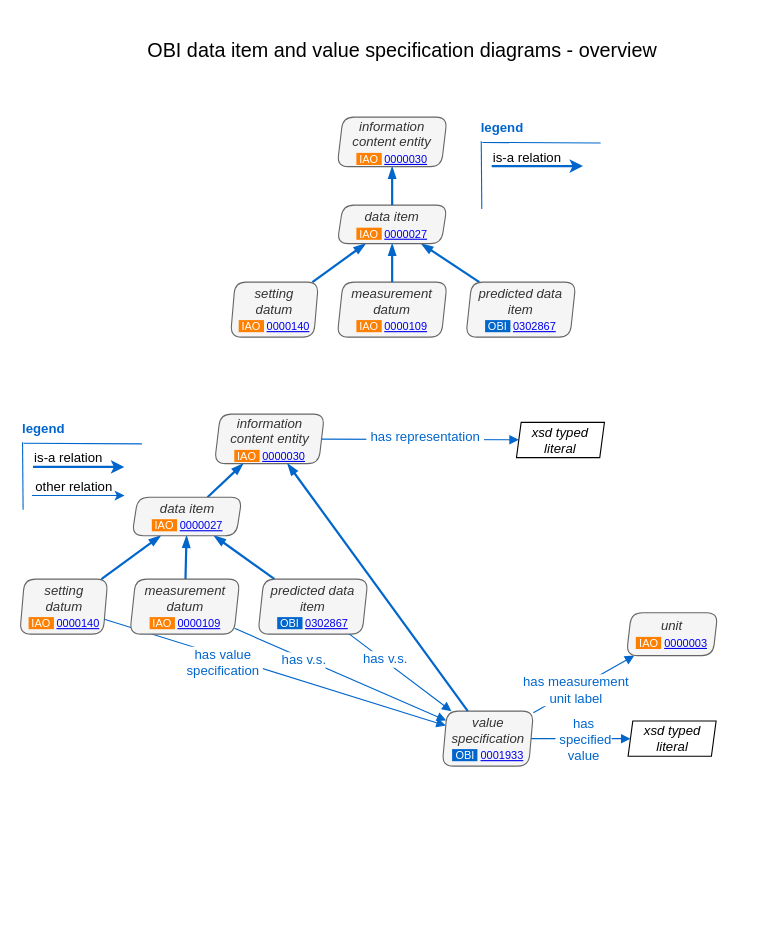
Above: assets/images/docs/data-ice/data_ice_branch.drawio in obi-ontology/obi-ontology.org (draw.io), before the change. Source tidied: cells renumbered, new cells numbered last; positions are measured from the earlier drawing's top-left corner, leaving out a move shared by most shapes. Both pictures are drawn from the tidied source at 110%, with x=0, y=0 at pixel (19, 29).
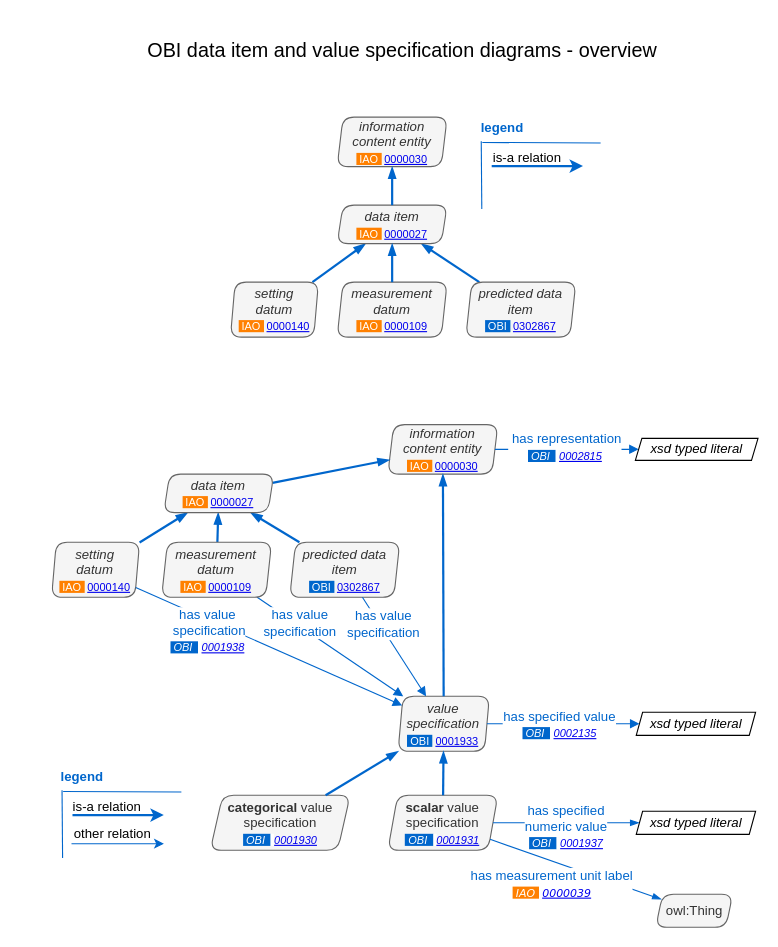
Above is the later version.

Commit message (it also covers changes not shown here):
correction to ICE diagram

has measurement unit label should only be attached to scalar value spec.

The change refers to these unchanged cells:
```xml
<mxCell id="5" style="rounded=0;html=1;labelBackgroundColor=#ffffff;startArrow=none;startFill=0;endArrow=block;endFill=1;jettySize=auto;strokeColor=#0066CC;strokeWidth=1;fontSize=12;fontColor=#000000;" parent="1" edge="1" source="45" target="10">
  <mxGeometry relative="1" as="geometry" />
</mxCell>
<mxCell id="13" style="rounded=0;html=1;labelBackgroundColor=#ffffff;startArrow=none;startFill=0;endArrow=block;endFill=1;jettySize=auto;strokeColor=#0066CC;strokeWidth=1;fontSize=12;fontColor=#000000;" parent="1" edge="1" source="10" target="12">
  <mxGeometry relative="1" as="geometry" />
</mxCell>
<mxCell id="25" style="rounded=0;html=1;labelBackgroundColor=#ffffff;startArrow=none;startFill=0;endArrow=block;endFill=1;jettySize=auto;strokeColor=#0066CC;strokeWidth=1;fontSize=12;fontColor=#000000;jumpStyle=arc;" parent="1" edge="1" source="23" target="10">
  <mxGeometry relative="1" as="geometry" />
</mxCell>
<mxCell id="27" style="rounded=0;html=1;labelBackgroundColor=#ffffff;startArrow=none;startFill=0;endArrow=block;endFill=1;jettySize=auto;strokeColor=#0066CC;strokeWidth=1;fontSize=12;fontColor=#000000;jumpStyle=arc;" parent="1" edge="1" source="24" target="10">
  <mxGeometry relative="1" as="geometry" />
</mxCell>
<mxCell id="46" style="rounded=0;html=1;labelBackgroundColor=#ffffff;startArrow=none;startFill=0;endArrow=block;endFill=1;jettySize=auto;strokeColor=#0066CC;strokeWidth=1;fontSize=12;fontColor=#000000;jumpStyle=arc;" parent="1" edge="1" source="7" target="48">
  <mxGeometry relative="1" as="geometry" />
</mxCell>
```

What changed in the source:
```diff
@@
-    <mxCell id="6" value="&lt;font color=&quot;#0066cc&quot;&gt;&amp;nbsp;has v.s.&lt;/font&gt;&lt;br&gt;" style="text;html=1;align=center;verticalAlign=middle;labelBackgroundColor=#ffffff;" parent="5" vertex="1">
+    <mxCell id="6" value="&lt;span style=&quot;color: rgb(0 , 102 , 204)&quot;&gt;&amp;nbsp;has value&amp;nbsp;&lt;/span&gt;&lt;br style=&quot;color: rgb(0 , 102 , 204)&quot;&gt;&lt;span style=&quot;color: rgb(0 , 102 , 204)&quot;&gt;&amp;nbsp;specification&amp;nbsp;&lt;/span&gt;" style="text;html=1;align=center;verticalAlign=middle;labelBackgroundColor=#ffffff;" parent="5" vertex="1">
       <mxGeometry x="-0.26" y="2" relative="1" as="geometry">
-        <mxPoint x="-12" y="-0.5" as="offset" />
+        <mxPoint x="-12" y="-8.9" as="offset" />
       </mxGeometry>
     </mxCell>
     <mxCell id="7" value="&lt;i&gt;&lt;font style=&quot;font-size: 12px&quot;&gt;information content entity&lt;/font&gt;&lt;br&gt;&lt;/i&gt;&lt;span style=&quot;font-size: 10px ; background-color: rgb(255 , 128 , 0)&quot;&gt;&lt;font color=&quot;#ffffff&quot;&gt;&amp;nbsp;IAO&amp;nbsp;&lt;/font&gt;&lt;/span&gt;&lt;i style=&quot;font-size: 10px&quot;&gt;&amp;nbsp;&lt;/i&gt;&lt;font style=&quot;font-size: 10px&quot;&gt;&lt;a href=&quot;http://purl.obolibrary.org/obo/IAO_0000030&quot;&gt;0000030&lt;/a&gt;&lt;/font&gt;&lt;font size=&quot;1&quot;&gt;&lt;i&gt;&lt;br&gt;&lt;/i&gt;&lt;/font&gt;" style="shape=parallelogram;perimeter=parallelogramPerimeter;whiteSpace=wrap;html=1;strokeColor=#666666;fontSize=12;align=center;size=0.05333333333333334;fillColor=#f5f5f5;rounded=1;comic=0;shadow=0;spacing=0;line-height:.8rem;fontColor=#333333;" parent="1" vertex="1">
-      <mxGeometry x="177.5" y="350" width="100" height="45" as="geometry" />
+      <mxGeometry x="335.1" y="359.5" width="100" height="45" as="geometry" />
     </mxCell>
@@
     <mxCell id="10" value="&lt;font&gt;&lt;i&gt;value &lt;br&gt;specification&lt;br&gt;&lt;/i&gt;&lt;span style=&quot;font-size: 10px&quot;&gt;&lt;font color=&quot;#ffffff&quot; style=&quot;background-color: rgb(0 , 102 , 204)&quot;&gt;&amp;nbsp;OBI&amp;nbsp;&lt;/font&gt;&lt;font color=&quot;#ffffff&quot;&gt;&amp;nbsp;&lt;/font&gt;&lt;a href=&quot;http://purl.obolibrary.org/obo/OBI_0001933&quot; style=&quot;font-size: 10px&quot;&gt;0001933&lt;/a&gt;&lt;/span&gt;&lt;/font&gt;&lt;font size=&quot;1&quot;&gt;&lt;i&gt;&lt;br&gt;&lt;/i&gt;&lt;/font&gt;" style="shape=parallelogram;perimeter=parallelogramPerimeter;whiteSpace=wrap;html=1;strokeColor=#666666;fontSize=12;align=center;size=0.05333333333333334;fillColor=#f5f5f5;rounded=1;comic=0;shadow=0;spacing=0;line-height:.8rem;fontColor=#333333;" parent="1" vertex="1">
-      <mxGeometry x="384.5" y="620" width="83" height="50" as="geometry" />
+      <mxGeometry x="344.4" y="606.5" width="83" height="50" as="geometry" />
     </mxCell>
@@
     <mxCell id="12" value="&lt;i&gt;&lt;font style=&quot;font-size: 12px&quot;&gt;xsd typed literal&lt;/font&gt;&lt;br&gt;&lt;/i&gt;" style="shape=parallelogram;perimeter=parallelogramPerimeter;whiteSpace=wrap;html=1;fontSize=12;align=center;size=0.05333333333333334;rounded=1;comic=0;shadow=0;spacing=0;line-height:.8rem;arcSize=0;" parent="1" vertex="1">
-      <mxGeometry x="553.5" y="629" width="80" height="32" as="geometry" />
+      <mxGeometry x="560.9" y="621" width="108.5" height="21" as="geometry" />
     </mxCell>
@@
-    <mxCell id="14" value="&lt;font color=&quot;#0066cc&quot;&gt;has &lt;br&gt;&amp;nbsp;specified &lt;br&gt;value&lt;/font&gt;" style="text;html=1;align=center;verticalAlign=middle;labelBackgroundColor=#ffffff;" parent="13" vertex="1">
+    <mxCell id="14" value="&lt;font color=&quot;#0066cc&quot;&gt;has&amp;nbsp;specified value&lt;br&gt;&lt;/font&gt;&lt;i style=&quot;font-size: 10px&quot;&gt;&lt;span style=&quot;white-space: normal ; background-color: rgb(248 , 249 , 250)&quot;&gt;&lt;font color=&quot;#ffffff&quot; style=&quot;background-color: rgb(0 , 102 , 204)&quot;&gt;&amp;nbsp;OBI&amp;nbsp;&amp;nbsp;&lt;/font&gt;&lt;font color=&quot;#ffffff&quot; style=&quot;background-color: rgb(255 , 255 , 255)&quot;&gt;&amp;nbsp;&lt;/font&gt;&lt;/span&gt;&lt;a href=&quot;http://purl.obolibrary.org/obo/OBI_0002135&quot;&gt;0002135&lt;/a&gt;&lt;/i&gt;&lt;font color=&quot;#0066cc&quot;&gt;&lt;br&gt;&lt;/font&gt;" style="text;html=1;align=center;verticalAlign=middle;labelBackgroundColor=#ffffff;" parent="13" vertex="1">
       <mxGeometry x="-0.26" y="2" relative="1" as="geometry">
         <mxPoint x="14.5" y="2" as="offset" />
       </mxGeometry>
     </mxCell>
     <mxCell id="15" style="group;" parent="1" vertex="1">
-      <mxGeometry x="7.5" y="353.5" width="111" height="20" as="geometry" />
+      <mxGeometry x="36.4" y="320" width="111" height="20" as="geometry" />
     </mxCell>
     <mxCell id="16" value="&lt;font color=&quot;#0066cc&quot;&gt;legend&lt;/font&gt;" style="text;html=1;points=[];align=left;verticalAlign=top;spacingTop=-4;fontStyle=1;" parent="1" vertex="1">
-      <mxGeometry x="0.5" y="353.5" width="50" height="20" as="geometry" />
+      <mxGeometry x="36.4" y="670" width="50" height="20" as="geometry" />
     </mxCell>
     <mxCell id="17" style="endArrow=none;html=1;strokeColor=#0066CC;strokeWidth=1;entryX=0.05;entryY=1.1;entryPerimeter=0;" parent="1" edge="1" target="16">
       <mxGeometry relative="1" as="geometry">
-        <mxPoint x="3.5" y="437" as="sourcePoint" />
+        <mxPoint x="39.4" y="753.5" as="sourcePoint" />
       </mxGeometry>
     </mxCell>
     <mxCell id="18" style="endArrow=none;html=1;strokeColor=#0066CC;strokeWidth=1;" parent="1" edge="1">
       <mxGeometry relative="1" as="geometry">
-        <mxPoint x="111.5" y="377" as="sourcePoint" />
-        <mxPoint x="4" y="376.5" as="targetPoint" />
+        <mxPoint x="147.4" y="693.5" as="sourcePoint" />
+        <mxPoint x="39.9" y="693" as="targetPoint" />
       </mxGeometry>
     </mxCell>
     <mxCell id="19" value="is-a relation" style="text;html=1;align=left;verticalAlign=top;spacingTop=-4;" parent="1" vertex="1">
-      <mxGeometry x="11.5" y="380" width="80" height="20" as="geometry" />
+      <mxGeometry x="47.4" y="696.5" width="80" height="20" as="geometry" />
     </mxCell>
     <mxCell id="20" style="edgeStyle=none;rounded=0;html=1;jettySize=auto;orthogonalLoop=1;strokeColor=#0066CC;strokeWidth=2;fontSize=12;fontColor=#0066CC;" parent="1" edge="1">
       <mxGeometry x="-0.65" y="-4" relative="1" as="geometry">
-        <mxPoint x="12.5" y="398" as="sourcePoint" />
-        <mxPoint x="95.5" y="398" as="targetPoint" />
+        <mxPoint x="48.4" y="714.5" as="sourcePoint" />
+        <mxPoint x="131.4" y="714.5" as="targetPoint" />
         <mxPoint x="1" as="offset" />
       </mxGeometry>
     </mxCell>
     <mxCell id="21" style="rounded=0;html=1;jettySize=auto;orthogonalLoop=1;strokeColor=#0066CC;fontSize=18;strokeWidth=1;" parent="1" edge="1">
       <mxGeometry relative="1" as="geometry">
-        <mxPoint x="11.6" y="424" as="sourcePoint" />
-        <mxPoint x="95.7" y="424" as="targetPoint" />
+        <mxPoint x="47.5" y="740.5" as="sourcePoint" />
+        <mxPoint x="131.5" y="740.5" as="targetPoint" />
       </mxGeometry>
     </mxCell>
     <mxCell id="22" value="other relation" style="text;html=1;align=left;verticalAlign=top;spacingTop=-4;" parent="1" vertex="1">
-      <mxGeometry x="12.5" y="405.5" width="90" height="20" as="geometry" />
+      <mxGeometry x="48.4" y="722" width="90" height="20" as="geometry" />
     </mxCell>
     <mxCell id="23" value="&lt;i&gt;predicted data item&lt;br&gt;&lt;/i&gt;&lt;font color=&quot;#ffffff&quot; style=&quot;font-size: 10px ; background-color: rgb(0 , 102 , 204)&quot;&gt;&amp;nbsp;OBI&amp;nbsp;&lt;/font&gt;&lt;font color=&quot;#ffffff&quot; style=&quot;font-size: 10px&quot;&gt;&amp;nbsp;&lt;/font&gt;&lt;font size=&quot;1&quot; color=&quot;#000000&quot;&gt;&lt;a href=&quot;http://purl.obolibrary.org/obo/OBI_0302867&quot;&gt;0302867&lt;/a&gt;&lt;/font&gt;" style="shape=parallelogram;perimeter=parallelogramPerimeter;whiteSpace=wrap;html=1;strokeColor=#666666;fontSize=12;align=center;size=0.05333333333333334;fillColor=#f5f5f5;rounded=1;comic=0;shadow=0;spacing=0;line-height:.8rem;fontColor=#333333;" parent="1" vertex="1">
-      <mxGeometry x="217" y="500" width="100" height="50" as="geometry" />
+      <mxGeometry x="245.9" y="466.5" width="100" height="50" as="geometry" />
     </mxCell>
     <mxCell id="24" value="&lt;i&gt;&lt;font style=&quot;font-size: 12px&quot;&gt;setting&lt;br&gt;datum&lt;/font&gt;&lt;br&gt;&lt;/i&gt;&lt;span style=&quot;font-size: 10px ; background-color: rgb(255 , 128 , 0)&quot;&gt;&lt;font color=&quot;#ffffff&quot;&gt;&amp;nbsp;IAO&amp;nbsp;&lt;/font&gt;&lt;/span&gt;&lt;i style=&quot;font-size: 10px&quot;&gt;&amp;nbsp;&lt;/i&gt;&lt;font style=&quot;font-size: 10px&quot; color=&quot;#000000&quot;&gt;&lt;a href=&quot;http://purl.obolibrary.org/obo/IAO_0000140&quot;&gt;0000140&lt;/a&gt;&lt;/font&gt;&lt;font size=&quot;1&quot;&gt;&lt;i&gt;&lt;br&gt;&lt;/i&gt;&lt;/font&gt;" style="shape=parallelogram;perimeter=parallelogramPerimeter;whiteSpace=wrap;html=1;strokeColor=#666666;fontSize=12;align=center;size=0.05333333333333334;fillColor=#f5f5f5;rounded=1;comic=0;shadow=0;spacing=0;line-height:.8rem;fontColor=#333333;" parent="1" vertex="1">
-      <mxGeometry x="0.5" y="500" width="80" height="50" as="geometry" />
+      <mxGeometry x="29.4" y="466.5" width="80" height="50" as="geometry" />
     </mxCell>
@@
-    <mxCell id="26" value="&lt;font color=&quot;#0066cc&quot;&gt;&amp;nbsp;has v.s.&lt;/font&gt;&lt;br&gt;" style="text;html=1;align=center;verticalAlign=middle;labelBackgroundColor=#ffffff;" parent="25" vertex="1">
+    <mxCell id="26" value="&lt;span style=&quot;color: rgb(0 , 102 , 204)&quot;&gt;&amp;nbsp;has value&amp;nbsp;&lt;/span&gt;&lt;br style=&quot;color: rgb(0 , 102 , 204)&quot;&gt;&lt;span style=&quot;color: rgb(0 , 102 , 204)&quot;&gt;&amp;nbsp;specification&amp;nbsp;&lt;/span&gt;" style="text;html=1;align=center;verticalAlign=middle;labelBackgroundColor=#ffffff;" parent="25" vertex="1">
       <mxGeometry x="-0.26" y="2" relative="1" as="geometry">
-        <mxPoint x="-5" y="-1.5" as="offset" />
+        <mxPoint x="-5" y="-8.9" as="offset" />
       </mxGeometry>
     </mxCell>
@@
-    <mxCell id="28" value="&lt;font color=&quot;#0066cc&quot;&gt;&amp;nbsp;has value&amp;nbsp;&lt;br&gt;&amp;nbsp;specification&amp;nbsp;&lt;/font&gt;&lt;br&gt;" style="text;html=1;align=center;verticalAlign=middle;labelBackgroundColor=#ffffff;" parent="27" vertex="1">
+    <mxCell id="28" value="&lt;font color=&quot;#0066cc&quot;&gt;&amp;nbsp;has value&amp;nbsp;&lt;br&gt;&amp;nbsp;specification&lt;br&gt;&lt;/font&gt;&lt;i style=&quot;font-size: 10px&quot;&gt;&lt;span style=&quot;white-space: normal&quot;&gt;&lt;font color=&quot;#ffffff&quot; style=&quot;background-color: rgb(0 , 102 , 204)&quot;&gt;&amp;nbsp;OBI&amp;nbsp;&amp;nbsp;&lt;/font&gt;&lt;font color=&quot;#ffffff&quot;&gt;&amp;nbsp;&lt;/font&gt;&lt;/span&gt;&lt;a href=&quot;http://purl.obolibrary.org/obo/OBI_0001938&quot; style=&quot;background-color: rgb(248 , 249 , 250)&quot;&gt;0001938&lt;/a&gt;&lt;/i&gt;" style="text;html=1;align=center;verticalAlign=middle;labelBackgroundColor=#ffffff;" parent="27" vertex="1">
       <mxGeometry x="-0.26" y="2" relative="1" as="geometry">
-        <mxPoint x="-8" y="5.5" as="offset" />
+        <mxPoint x="-25.5" y="1.4" as="offset" />
       </mxGeometry>
     </mxCell>
@@
     <mxCell id="44" value="&lt;i&gt;&lt;font style=&quot;font-size: 12px&quot;&gt;data item&lt;/font&gt;&lt;br&gt;&lt;/i&gt;&lt;font style=&quot;font-size: 10px&quot;&gt;&lt;span style=&quot;background-color: rgb(255 , 128 , 0)&quot;&gt;&lt;font color=&quot;#ffffff&quot;&gt;&amp;nbsp;IAO&amp;nbsp;&lt;/font&gt;&lt;/span&gt;&lt;i&gt;&amp;nbsp;&lt;/i&gt;&lt;a href=&quot;http://purl.obolibrary.org/obo/IAO_0000027&quot;&gt;0000027&lt;/a&gt;&lt;/font&gt;&lt;font size=&quot;1&quot;&gt;&lt;i&gt;&lt;br&gt;&lt;/i&gt;&lt;/font&gt;" style="shape=parallelogram;perimeter=parallelogramPerimeter;whiteSpace=wrap;html=1;strokeColor=#666666;fontSize=12;align=center;size=0.05333333333333334;fillColor=#f5f5f5;rounded=1;comic=0;shadow=0;spacing=0;line-height:.8rem;fontColor=#333333;" parent="1" vertex="1">
-      <mxGeometry x="102.5" y="425.5" width="100" height="35" as="geometry" />
+      <mxGeometry x="131.4" y="404.5" width="100" height="35" as="geometry" />
     </mxCell>
     <mxCell id="45" value="&lt;i&gt;&lt;font style=&quot;font-size: 12px&quot;&gt;measurement&lt;br&gt;datum&lt;/font&gt;&lt;br&gt;&lt;/i&gt;&lt;span style=&quot;font-size: 10px ; background-color: rgb(255 , 128 , 0)&quot;&gt;&lt;font color=&quot;#ffffff&quot;&gt;&amp;nbsp;IAO&amp;nbsp;&lt;/font&gt;&lt;/span&gt;&lt;i style=&quot;font-size: 10px&quot;&gt;&amp;nbsp;&lt;/i&gt;&lt;font style=&quot;font-size: 10px&quot; color=&quot;#000000&quot;&gt;&lt;a href=&quot;http://purl.obolibrary.org/obo/IAO_0000109&quot;&gt;0000109&lt;/a&gt;&lt;/font&gt;&lt;font size=&quot;1&quot;&gt;&lt;i&gt;&lt;br&gt;&lt;/i&gt;&lt;/font&gt;" style="shape=parallelogram;perimeter=parallelogramPerimeter;whiteSpace=wrap;html=1;strokeColor=#666666;fontSize=12;align=center;size=0.05333333333333334;fillColor=#f5f5f5;rounded=1;comic=0;shadow=0;spacing=0;line-height:.8rem;fontColor=#333333;" parent="1" vertex="1">
-      <mxGeometry x="100.5" y="500" width="100" height="50" as="geometry" />
+      <mxGeometry x="129.4" y="466.5" width="100" height="50" as="geometry" />
     </mxCell>
@@
-    <mxCell id="47" value="&lt;font color=&quot;#0066cc&quot;&gt;&amp;nbsp;has representation&amp;nbsp;&lt;/font&gt;" style="text;html=1;align=center;verticalAlign=middle;labelBackgroundColor=#ffffff;" parent="46" vertex="1">
+    <mxCell id="47" value="&lt;font color=&quot;#0066cc&quot;&gt;&amp;nbsp;has representation&lt;br&gt;&lt;/font&gt;&lt;i style=&quot;font-size: 10px&quot;&gt;&lt;span style=&quot;white-space: normal&quot;&gt;&lt;font color=&quot;#ffffff&quot; style=&quot;background-color: rgb(0 , 102 , 204)&quot;&gt;&amp;nbsp;OBI&amp;nbsp;&amp;nbsp;&lt;/font&gt;&lt;font color=&quot;#ffffff&quot;&gt;&amp;nbsp;&lt;/font&gt;&lt;/span&gt;&lt;span style=&quot;background-color: rgb(248 , 249 , 250)&quot;&gt;&lt;a href=&quot;http://purl.obolibrary.org/obo/OBI_0002815&quot;&gt;0002815&lt;/a&gt;&lt;/span&gt;&lt;/i&gt;&lt;font color=&quot;#0066cc&quot;&gt;&lt;br&gt;&lt;/font&gt;" style="text;html=1;align=center;verticalAlign=middle;labelBackgroundColor=#ffffff;" parent="46" vertex="1">
       <mxGeometry x="-0.26" y="2" relative="1" as="geometry">
-        <mxPoint x="28" as="offset" />
+        <mxPoint x="15.2" y="-0.5" as="offset" />
       </mxGeometry>
     </mxCell>
     <mxCell id="48" value="&lt;i&gt;&lt;font style=&quot;font-size: 12px&quot;&gt;xsd typed literal&lt;/font&gt;&lt;br&gt;&lt;/i&gt;" style="shape=parallelogram;perimeter=parallelogramPerimeter;whiteSpace=wrap;html=1;fontSize=12;align=center;size=0.05333333333333334;rounded=1;comic=0;shadow=0;spacing=0;line-height:.8rem;arcSize=0;" parent="1" vertex="1">
-      <mxGeometry x="452" y="357.5" width="80" height="32" as="geometry" />
+      <mxGeometry x="560.1" y="372" width="111.5" height="20" as="geometry" />
     </mxCell>
-    <mxCell id="49" style="rounded=0;html=1;labelBackgroundColor=#ffffff;startArrow=none;startFill=0;endArrow=block;endFill=1;jettySize=auto;strokeColor=#0066CC;strokeWidth=1;fontSize=12;fontColor=#000000;" parent="1" edge="1" source="10" target="51">
-      <mxGeometry relative="1" as="geometry" />
-    </mxCell>
-    <mxCell id="50" value="&lt;font color=&quot;#0066cc&quot;&gt;has measurement&lt;br&gt;unit label&lt;/font&gt;" style="text;html=1;align=center;verticalAlign=middle;labelBackgroundColor=#ffffff;" parent="49" vertex="1">
-      <mxGeometry x="-0.26" y="2" relative="1" as="geometry">
-        <mxPoint x="5.5" y="-0.5" as="offset" />
-      </mxGeometry>
-    </mxCell>
-    <mxCell id="51" value="&lt;font&gt;&lt;i&gt;unit&lt;br&gt;&lt;/i&gt;&lt;span style=&quot;font-size: 10px ; background-color: rgb(255 , 128 , 0)&quot;&gt;&lt;font color=&quot;#ffffff&quot;&gt;&amp;nbsp;IAO&amp;nbsp;&lt;/font&gt;&lt;/span&gt;&lt;i style=&quot;font-size: 10px&quot;&gt;&amp;nbsp;&lt;/i&gt;&lt;span style=&quot;font-size: 10px&quot;&gt;&lt;a href=&quot;http://purl.obolibrary.org/obo/IAO_0000003&quot;&gt;0000003&lt;/a&gt;&lt;/span&gt;&lt;/font&gt;&lt;font size=&quot;1&quot;&gt;&lt;i&gt;&lt;br&gt;&lt;/i&gt;&lt;/font&gt;" style="shape=parallelogram;perimeter=parallelogramPerimeter;whiteSpace=wrap;html=1;strokeColor=#666666;fontSize=12;align=center;size=0.05333333333333334;fillColor=#f5f5f5;rounded=1;comic=0;shadow=0;spacing=0;line-height:.8rem;fontColor=#333333;" parent="1" vertex="1">
-      <mxGeometry x="552" y="530.5" width="83" height="39" as="geometry" />
-    </mxCell>
+    <mxCell id="52" value="&lt;span style=&quot;font-size: 12px&quot;&gt;&lt;b&gt;scalar&lt;/b&gt; value specification&lt;br&gt;&lt;/span&gt;&lt;font style=&quot;font-size: 10px&quot;&gt;&lt;i&gt;&lt;span style=&quot;color: rgb(0 , 0 , 0)&quot;&gt;&lt;font color=&quot;#ffffff&quot; style=&quot;background-color: rgb(0 , 102 , 204) ; font-size: 10px&quot;&gt;&amp;nbsp;OBI&amp;nbsp;&amp;nbsp;&lt;/font&gt;&lt;font color=&quot;#ffffff&quot; style=&quot;background-color: rgb(255 , 255 , 255) ; font-size: 10px&quot;&gt;&amp;nbsp;&lt;/font&gt;&lt;/span&gt;&lt;a href=&quot;http://purl.obolibrary.org/obo/OBI_0001931&quot;&gt;0001931&lt;/a&gt;&lt;/i&gt;&lt;/font&gt;&lt;span style=&quot;font-size: 12px&quot;&gt;&lt;br&gt;&lt;/span&gt;" style="shape=parallelogram;perimeter=parallelogramPerimeter;whiteSpace=wrap;html=1;rounded=1;size=0.08888888888888889;fillColor=#f5f5f5;strokeColor=#666666;fontColor=#333333;fontSize=12;" parent="1" vertex="1">
+      <mxGeometry x="335.1" y="696.5" width="100" height="50" as="geometry" />
+    </mxCell>
+    <mxCell id="53" value="&lt;font style=&quot;font-size: 12px&quot;&gt;owl:Thing&lt;/font&gt;" style="shape=parallelogram;perimeter=parallelogramPerimeter;whiteSpace=wrap;html=1;rounded=1;size=0.08888888888888889;fillColor=#f5f5f5;strokeColor=#666666;fontColor=#333333;fontSize=12;" parent="1" vertex="1">
+      <mxGeometry x="578.6" y="786.5" width="70" height="30" as="geometry" />
+    </mxCell>
+    <mxCell id="54" style="rounded=0;html=1;jettySize=auto;strokeWidth=1;strokeColor=#0066CC;endArrow=blockThin;endFill=1;fontSize=12;" parent="1" edge="1" source="52" target="53">
+      <mxGeometry relative="1" as="geometry" />
+    </mxCell>
+    <mxCell id="55" value="&lt;font color=&quot;#0066cc&quot;&gt;has measurement unit label&lt;/font&gt;&lt;br&gt;&lt;i style=&quot;font-size: 10px&quot;&gt;&lt;span style=&quot;font-family: &amp;#34;verdana&amp;#34; , sans-serif ; text-align: left ; white-space: normal ; background-color: rgb(255 , 128 , 0)&quot;&gt;&lt;font color=&quot;#ffffff&quot; style=&quot;font-size: 10px&quot;&gt;&amp;nbsp;IAO&amp;nbsp;&lt;/font&gt;&lt;/span&gt;&lt;span style=&quot;color: rgb(128 , 128 , 128) ; font-family: &amp;#34;verdana&amp;#34; , sans-serif ; text-align: left ; white-space: normal&quot;&gt;&amp;nbsp;&lt;a href=&quot;http://purl.obolibrary.org/obo/IAO_0000039&quot;&gt;0000039&lt;/a&gt;&lt;/span&gt;&lt;/i&gt;" style="text;align=center;verticalAlign=middle;labelBackgroundColor=#ffffff;fontSize=12;html=1;" parent="54" vertex="1">
+      <mxGeometry x="-0.36" relative="1" as="geometry">
+        <mxPoint x="5.3" y="22.5" as="offset" />
+      </mxGeometry>
+    </mxCell>
+    <mxCell id="56" style="rounded=0;html=1;jettySize=auto;strokeWidth=1;strokeColor=#0066CC;endArrow=blockThin;endFill=1;fontSize=12;" parent="1" edge="1" source="52" target="59">
+      <mxGeometry relative="1" as="geometry" />
+    </mxCell>
+    <mxCell id="57" value="&lt;font style=&quot;font-size: 10px&quot;&gt;&lt;span style=&quot;font-size: 12px&quot;&gt;&lt;font color=&quot;#0066cc&quot;&gt;has specified&lt;br&gt;numeric value&lt;/font&gt;&lt;br&gt;&lt;/span&gt;&lt;i&gt;&lt;span style=&quot;white-space: normal ; background-color: rgb(248 , 249 , 250)&quot;&gt;&lt;font color=&quot;#ffffff&quot; style=&quot;background-color: rgb(0 , 102 , 204)&quot;&gt;&amp;nbsp;OBI&amp;nbsp;&amp;nbsp;&lt;/font&gt;&lt;font color=&quot;#ffffff&quot; style=&quot;background-color: rgb(255 , 255 , 255)&quot;&gt;&amp;nbsp;&lt;/font&gt;&lt;/span&gt;&lt;a href=&quot;http://purl.obolibrary.org/obo/OBI_0001937&quot;&gt;0001937&lt;/a&gt;&lt;/i&gt;&lt;br style=&quot;font-size: 12px&quot;&gt;&lt;/font&gt;" style="text;html=1;align=center;verticalAlign=middle;labelBackgroundColor=#ffffff;fontSize=12;" parent="56" vertex="1">
+      <mxGeometry x="-0.36" relative="1" as="geometry">
+        <mxPoint x="22.4" y="2.8" as="offset" />
+      </mxGeometry>
+    </mxCell>
+    <mxCell id="58" style="edgeStyle=none;rounded=0;html=1;jettySize=auto;strokeColor=#0066CC;strokeWidth=2;fontSize=12;fontColor=#0066CC;endArrow=blockThin;endFill=1;" parent="1" edge="1" source="52" target="10">
+      <mxGeometry relative="1" as="geometry" />
+    </mxCell>
+    <mxCell id="59" value="&lt;i&gt;&lt;font style=&quot;font-size: 12px&quot;&gt;xsd typed literal&lt;/font&gt;&lt;br&gt;&lt;/i&gt;" style="shape=parallelogram;perimeter=parallelogramPerimeter;whiteSpace=wrap;html=1;fontSize=12;align=center;size=0.05333333333333334;rounded=1;comic=0;shadow=0;spacing=0;line-height:.8rem;arcSize=0;" parent="1" vertex="1">
+      <mxGeometry x="560.9" y="711" width="108.5" height="21" as="geometry" />
+    </mxCell>
+    <mxCell id="60" value="&lt;span style=&quot;font-size: 12px&quot;&gt;&lt;b&gt;categorical&lt;/b&gt; value specification&lt;br&gt;&lt;/span&gt;&lt;font style=&quot;font-size: 10px&quot;&gt;&lt;i&gt;&lt;span style=&quot;color: rgb(0 , 0 , 0)&quot;&gt;&lt;font color=&quot;#ffffff&quot; style=&quot;background-color: rgb(0 , 102 , 204) ; font-size: 10px&quot;&gt;&amp;nbsp;OBI&amp;nbsp;&amp;nbsp;&lt;/font&gt;&lt;font color=&quot;#ffffff&quot; style=&quot;background-color: rgb(255 , 255 , 255) ; font-size: 10px&quot;&gt;&amp;nbsp;&lt;/font&gt;&lt;/span&gt;&lt;a href=&quot;http://purl.obolibrary.org/obo/OBI_0001930&quot;&gt;0001930&lt;/a&gt;&lt;/i&gt;&lt;/font&gt;&lt;span style=&quot;font-size: 12px&quot;&gt;&lt;br&gt;&lt;/span&gt;" style="shape=parallelogram;perimeter=parallelogramPerimeter;whiteSpace=wrap;html=1;rounded=1;size=0.08888888888888889;fillColor=#f5f5f5;strokeColor=#666666;fontColor=#333333;fontSize=12;" parent="1" vertex="1">
+      <mxGeometry x="173.6" y="696.5" width="127.2" height="50" as="geometry" />
+    </mxCell>
+    <mxCell id="61" style="edgeStyle=none;rounded=0;html=1;jettySize=auto;strokeColor=#0066CC;strokeWidth=2;fontSize=12;fontColor=#0066CC;endArrow=blockThin;endFill=1;" parent="1" edge="1" source="60" target="10">
+      <mxGeometry relative="1" as="geometry" />
+    </mxCell>
```
